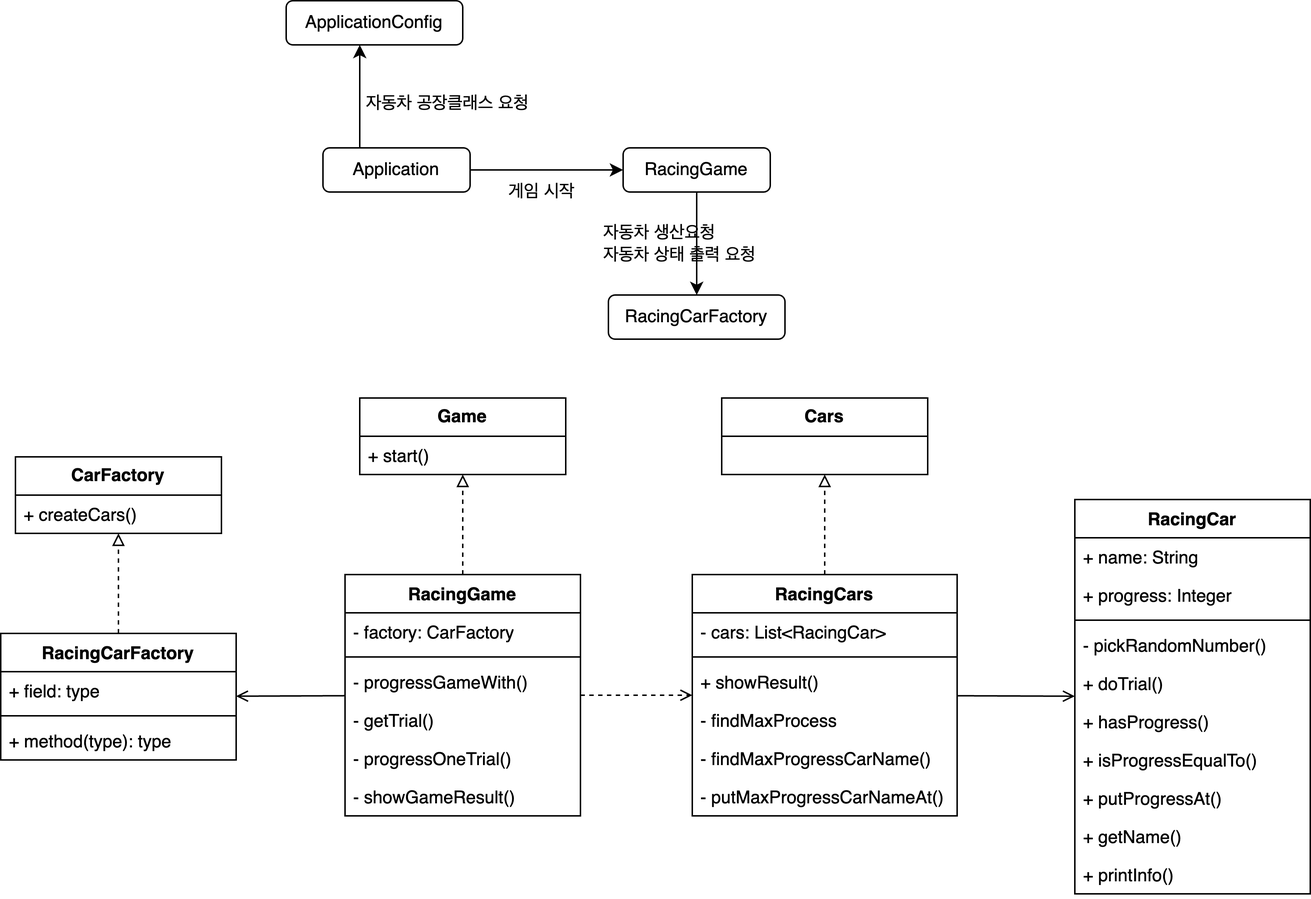
This is docs/image/racingcar.png from woowacourse-precourse/java-racingcar-6, a draw.io export, as it was before one commit. Source tidied: cells renumbered, new cells last; positions are measured from the earlier drawing's top-left corner, leaving out a move shared by most shapes.
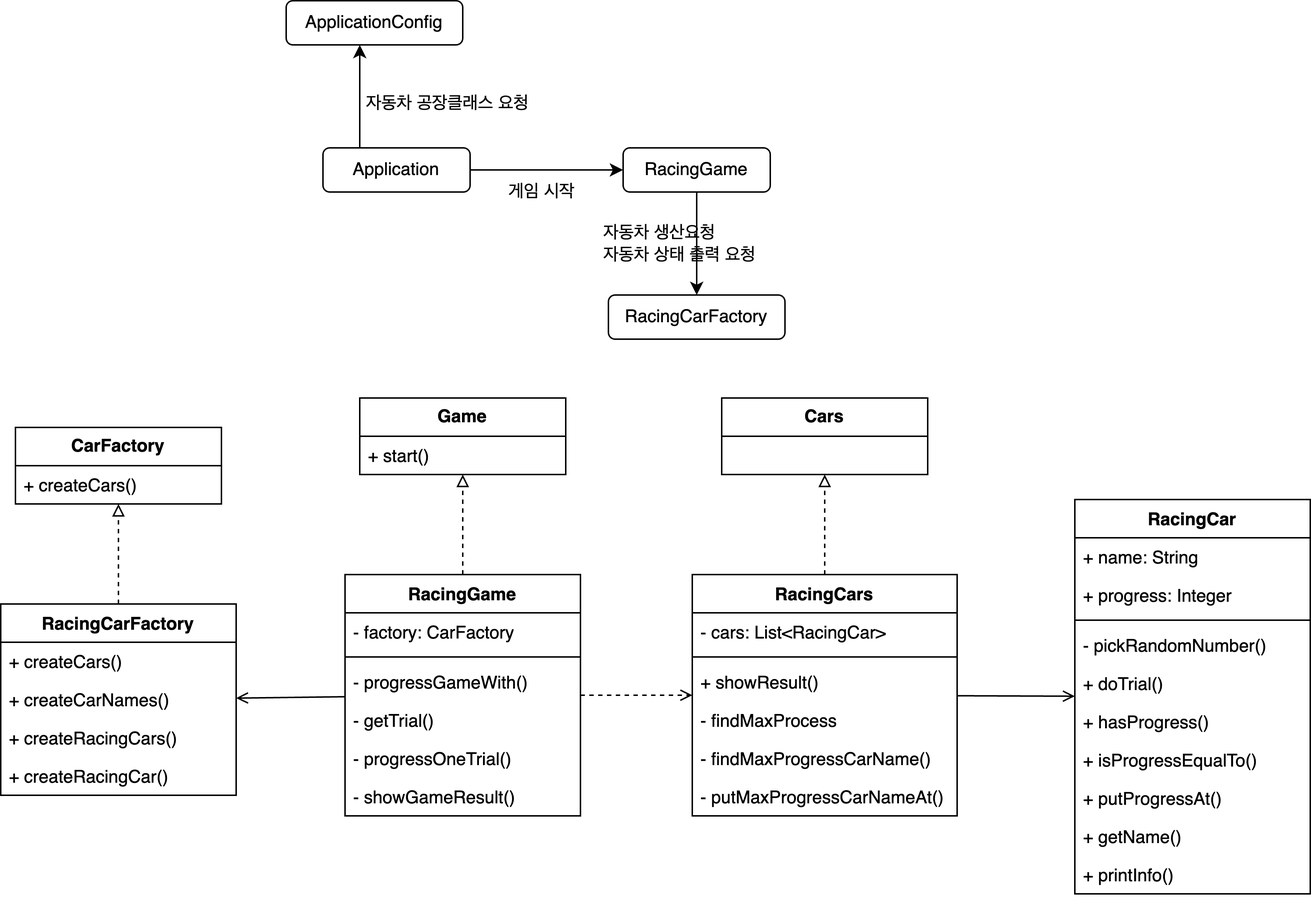
After the change.

What changed in the source:
```diff
@@ -35,23 +35,26 @@
       <mxGeometry x="407.5" y="150" width="110" height="30" as="geometry" />
     </mxCell>
     <mxCell id="12" value="&lt;b&gt;CarFactory&lt;/b&gt;" style="swimlane;fontStyle=0;horizontal=1;startSize=26;fillColor=none;whiteSpace=wrap;html=1;" parent="1" vertex="1">
-      <mxGeometry x="10" y="310" width="140" height="52" as="geometry" />
+      <mxGeometry x="10" y="290" width="140" height="52" as="geometry" />
     </mxCell>
     <mxCell id="13" value="+ createCars()" style="text;strokeColor=none;fillColor=none;align=left;verticalAlign=top;spacingLeft=4;spacingRight=4;overflow=hidden;whiteSpace=wrap;html=1;" parent="12" vertex="1">
       <mxGeometry y="26" width="140" height="26" as="geometry" />
     </mxCell>
     <mxCell id="14" value="RacingCarFactory" style="swimlane;fontStyle=1;align=center;verticalAlign=top;horizontal=1;startSize=26;whiteSpace=wrap;html=1;" parent="1" vertex="1">
-      <mxGeometry y="430" width="160" height="86" as="geometry" />
+      <mxGeometry y="410" width="160" height="130" as="geometry" />
     </mxCell>
-    <mxCell id="15" value="+ field: type" style="text;strokeColor=none;fillColor=none;align=left;verticalAlign=top;spacingLeft=4;spacingRight=4;overflow=hidden;whiteSpace=wrap;html=1;" parent="14" vertex="1">
-      <mxGeometry y="26" width="160" height="26" as="geometry" />
-    </mxCell>
-    <mxCell id="16" style="line;strokeWidth=1;fillColor=none;align=left;verticalAlign=middle;spacingTop=-1;spacingLeft=3;spacingRight=3;labelPosition=right;strokeColor=inherit;" parent="14" vertex="1">
-      <mxGeometry y="52" width="160" height="8" as="geometry" />
-    </mxCell>
-    <mxCell id="17" value="+ method(type): type" style="text;strokeColor=none;fillColor=none;align=left;verticalAlign=top;spacingLeft=4;spacingRight=4;overflow=hidden;whiteSpace=wrap;html=1;" parent="14" vertex="1">
-      <mxGeometry y="60" width="160" height="26" as="geometry" />
+    <mxCell id="17" value="+ createCars()" style="text;strokeColor=none;fillColor=none;align=left;verticalAlign=top;spacingLeft=4;spacingRight=4;overflow=hidden;whiteSpace=wrap;html=1;" parent="14" vertex="1">
+      <mxGeometry y="26" width="160" height="26" as="geometry" />
     </mxCell>
+    <mxCell id="52" value="+ createCarNames()" style="text;strokeColor=none;fillColor=none;align=left;verticalAlign=top;spacingLeft=4;spacingRight=4;overflow=hidden;whiteSpace=wrap;html=1;" parent="14" vertex="1">
+      <mxGeometry y="52" width="160" height="26" as="geometry" />
+    </mxCell>
+    <mxCell id="53" value="+ createRacingCars()" style="text;strokeColor=none;fillColor=none;align=left;verticalAlign=top;spacingLeft=4;spacingRight=4;overflow=hidden;whiteSpace=wrap;html=1;" parent="14" vertex="1">
+      <mxGeometry y="78" width="160" height="26" as="geometry" />
+    </mxCell>
+    <mxCell id="54" value="+ createRacingCar()" style="text;strokeColor=none;fillColor=none;align=left;verticalAlign=top;spacingLeft=4;spacingRight=4;overflow=hidden;whiteSpace=wrap;html=1;" parent="14" vertex="1">
+      <mxGeometry y="104" width="160" height="26" as="geometry" />
+    </mxCell>
     <mxCell id="18" style="endArrow=block;dashed=1;html=1;rounded=0;endFill=0;entryX=0.5;entryY=1;entryDx=0;entryDy=0;exitX=0.5;exitY=0;exitDx=0;exitDy=0;" parent="1" edge="1" source="14" target="12">
       <mxGeometry relative="1" as="geometry" />
     </mxCell>
```
